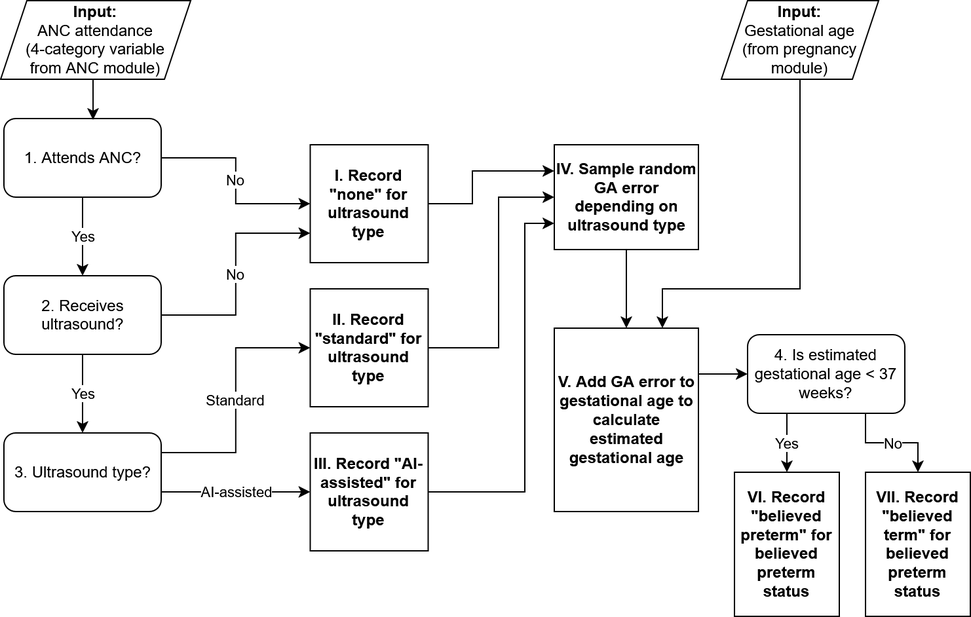
Earlier version of the draw.io export docs/source/models/concept_models/vivarium_mncnh_portfolio/ai_ultrasound_module/ai_ultrasound_module_diagram.drawio.png (ihmeuw/vivarium_research). Source tidied: cells renumbered, new cells last; positions are measured from the earlier drawing's top-left corner, leaving out a move shared by most shapes.
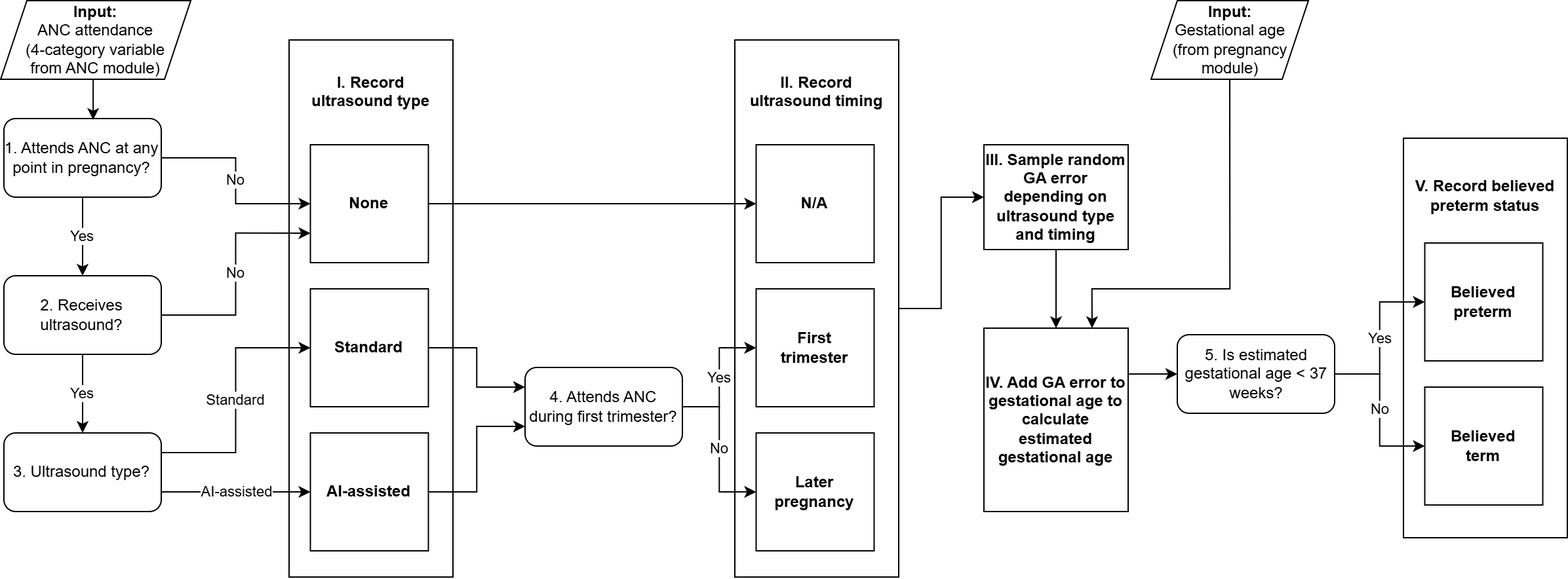
After the commit.

Commit message:
Prep docs for differential GA dating error by timing of US

Diff of the diagram source:
```diff
@@ -2,13 +2,25 @@
   <root>
     <mxCell id="0" />
     <mxCell id="1" parent="0" />
+    <mxCell id="30" value="&lt;b&gt;V. Record believed preterm status&lt;/b&gt;&lt;div&gt;&lt;div&gt;&lt;b&gt;&lt;br&gt;&lt;/b&gt;&lt;/div&gt;&lt;div&gt;&lt;b&gt;&lt;br&gt;&lt;/b&gt;&lt;/div&gt;&lt;div&gt;&lt;b&gt;&lt;br&gt;&lt;/b&gt;&lt;/div&gt;&lt;div&gt;&lt;b&gt;&lt;br&gt;&lt;/b&gt;&lt;/div&gt;&lt;div&gt;&lt;b&gt;&lt;br&gt;&lt;/b&gt;&lt;/div&gt;&lt;div&gt;&lt;b&gt;&lt;br&gt;&lt;/b&gt;&lt;/div&gt;&lt;div&gt;&lt;b&gt;&lt;br&gt;&lt;/b&gt;&lt;/div&gt;&lt;div&gt;&lt;b&gt;&lt;br&gt;&lt;/b&gt;&lt;/div&gt;&lt;div&gt;&lt;b&gt;&lt;br&gt;&lt;/b&gt;&lt;/div&gt;&lt;div&gt;&lt;b&gt;&lt;br&gt;&lt;/b&gt;&lt;/div&gt;&lt;div&gt;&lt;b&gt;&lt;br&gt;&lt;/b&gt;&lt;/div&gt;&lt;div&gt;&lt;b&gt;&lt;br&gt;&lt;/b&gt;&lt;/div&gt;&lt;div&gt;&lt;b&gt;&lt;br&gt;&lt;/b&gt;&lt;/div&gt;&lt;div&gt;&lt;b&gt;&lt;br&gt;&lt;/b&gt;&lt;/div&gt;&lt;div&gt;&lt;br&gt;&lt;/div&gt;&lt;/div&gt;" style="rounded=0;whiteSpace=wrap;html=1;" parent="1" vertex="1">
+      <mxGeometry x="1070" y="105" width="125" height="305" as="geometry" />
+    </mxCell>
+    <mxCell id="31" style="edgeStyle=orthogonalEdgeStyle;rounded=0;jettySize=auto;html=1;exitX=1;exitY=0.5;exitDx=0;exitDy=0;entryX=0;entryY=0.5;entryDx=0;entryDy=0;" parent="1" edge="1" source="32" target="18">
+      <mxGeometry relative="1" as="geometry" />
+    </mxCell>
+    <mxCell id="32" value="&lt;b&gt;II. Record&lt;/b&gt;&lt;div&gt;&lt;b&gt;ultrasound timing&lt;/b&gt;&lt;div&gt;&lt;b&gt;&lt;br&gt;&lt;/b&gt;&lt;/div&gt;&lt;div&gt;&lt;b&gt;&lt;br&gt;&lt;/b&gt;&lt;/div&gt;&lt;div&gt;&lt;b&gt;&lt;br&gt;&lt;/b&gt;&lt;/div&gt;&lt;div&gt;&lt;b&gt;&lt;br&gt;&lt;/b&gt;&lt;/div&gt;&lt;div&gt;&lt;b&gt;&lt;br&gt;&lt;/b&gt;&lt;/div&gt;&lt;div&gt;&lt;b&gt;&lt;br&gt;&lt;/b&gt;&lt;/div&gt;&lt;div&gt;&lt;b&gt;&lt;br&gt;&lt;/b&gt;&lt;/div&gt;&lt;div&gt;&lt;b&gt;&lt;br&gt;&lt;/b&gt;&lt;/div&gt;&lt;div&gt;&lt;b&gt;&lt;br&gt;&lt;/b&gt;&lt;/div&gt;&lt;div&gt;&lt;b&gt;&lt;br&gt;&lt;/b&gt;&lt;/div&gt;&lt;div&gt;&lt;b&gt;&lt;br&gt;&lt;/b&gt;&lt;/div&gt;&lt;div&gt;&lt;b&gt;&lt;br&gt;&lt;/b&gt;&lt;/div&gt;&lt;div&gt;&lt;b&gt;&lt;br&gt;&lt;/b&gt;&lt;/div&gt;&lt;div&gt;&lt;b&gt;&lt;br&gt;&lt;/b&gt;&lt;/div&gt;&lt;div&gt;&lt;b&gt;&lt;br&gt;&lt;/b&gt;&lt;/div&gt;&lt;div&gt;&lt;b&gt;&lt;br&gt;&lt;/b&gt;&lt;/div&gt;&lt;div&gt;&lt;b&gt;&lt;br&gt;&lt;/b&gt;&lt;/div&gt;&lt;div&gt;&lt;b&gt;&lt;br&gt;&lt;/b&gt;&lt;/div&gt;&lt;div&gt;&lt;b&gt;&lt;br&gt;&lt;/b&gt;&lt;/div&gt;&lt;div&gt;&lt;b&gt;&lt;br&gt;&lt;/b&gt;&lt;/div&gt;&lt;div&gt;&lt;b&gt;&lt;br&gt;&lt;/b&gt;&lt;/div&gt;&lt;div&gt;&lt;b&gt;&lt;br&gt;&lt;/b&gt;&lt;/div&gt;&lt;div&gt;&lt;b&gt;&lt;br&gt;&lt;/b&gt;&lt;/div&gt;&lt;/div&gt;" style="rounded=0;whiteSpace=wrap;html=1;" parent="1" vertex="1">
+      <mxGeometry x="560" y="30" width="125" height="410" as="geometry" />
+    </mxCell>
+    <mxCell id="33" value="&lt;b&gt;I. Record&lt;/b&gt;&lt;div&gt;&lt;b&gt;ultrasound type&lt;/b&gt;&lt;div&gt;&lt;b&gt;&lt;br&gt;&lt;/b&gt;&lt;/div&gt;&lt;div&gt;&lt;b&gt;&lt;br&gt;&lt;/b&gt;&lt;/div&gt;&lt;div&gt;&lt;b&gt;&lt;br&gt;&lt;/b&gt;&lt;/div&gt;&lt;div&gt;&lt;b&gt;&lt;br&gt;&lt;/b&gt;&lt;/div&gt;&lt;div&gt;&lt;b&gt;&lt;br&gt;&lt;/b&gt;&lt;/div&gt;&lt;div&gt;&lt;b&gt;&lt;br&gt;&lt;/b&gt;&lt;/div&gt;&lt;div&gt;&lt;b&gt;&lt;br&gt;&lt;/b&gt;&lt;/div&gt;&lt;div&gt;&lt;b&gt;&lt;br&gt;&lt;/b&gt;&lt;/div&gt;&lt;div&gt;&lt;b&gt;&lt;br&gt;&lt;/b&gt;&lt;/div&gt;&lt;div&gt;&lt;b&gt;&lt;br&gt;&lt;/b&gt;&lt;/div&gt;&lt;div&gt;&lt;b&gt;&lt;br&gt;&lt;/b&gt;&lt;/div&gt;&lt;div&gt;&lt;b&gt;&lt;br&gt;&lt;/b&gt;&lt;/div&gt;&lt;div&gt;&lt;b&gt;&lt;br&gt;&lt;/b&gt;&lt;/div&gt;&lt;div&gt;&lt;b&gt;&lt;br&gt;&lt;/b&gt;&lt;/div&gt;&lt;div&gt;&lt;b&gt;&lt;br&gt;&lt;/b&gt;&lt;/div&gt;&lt;div&gt;&lt;b&gt;&lt;br&gt;&lt;/b&gt;&lt;/div&gt;&lt;div&gt;&lt;b&gt;&lt;br&gt;&lt;/b&gt;&lt;/div&gt;&lt;div&gt;&lt;b&gt;&lt;br&gt;&lt;/b&gt;&lt;/div&gt;&lt;div&gt;&lt;b&gt;&lt;br&gt;&lt;/b&gt;&lt;/div&gt;&lt;div&gt;&lt;b&gt;&lt;br&gt;&lt;/b&gt;&lt;/div&gt;&lt;div&gt;&lt;b&gt;&lt;br&gt;&lt;/b&gt;&lt;/div&gt;&lt;div&gt;&lt;b&gt;&lt;br&gt;&lt;/b&gt;&lt;/div&gt;&lt;div&gt;&lt;b&gt;&lt;br&gt;&lt;/b&gt;&lt;/div&gt;&lt;/div&gt;" style="rounded=0;whiteSpace=wrap;html=1;" parent="1" vertex="1">
+      <mxGeometry x="220" y="30" width="125" height="410" as="geometry" />
+    </mxCell>
     <mxCell id="2" value="No" style="edgeStyle=orthogonalEdgeStyle;rounded=0;jettySize=auto;html=1;entryX=0;entryY=0.5;entryDx=0;entryDy=0;" parent="1" edge="1" source="4" target="12">
       <mxGeometry relative="1" as="geometry" />
     </mxCell>
     <mxCell id="3" value="Yes" style="edgeStyle=orthogonalEdgeStyle;rounded=0;jettySize=auto;html=1;entryX=0.5;entryY=0;entryDx=0;entryDy=0;" parent="1" edge="1" source="4" target="7">
       <mxGeometry relative="1" as="geometry" />
     </mxCell>
-    <mxCell id="4" value="1. Attends ANC?" style="rounded=1;whiteSpace=wrap;html=1;" parent="1" vertex="1">
+    <mxCell id="4" value="1. Attends ANC at any point in pregnancy?" style="rounded=1;whiteSpace=wrap;html=1;" parent="1" vertex="1">
       <mxGeometry x="2.5" y="90" width="120" height="60" as="geometry" />
     </mxCell>
     <mxCell id="5" value="Yes" style="edgeStyle=orthogonalEdgeStyle;rounded=0;jettySize=auto;html=1;entryX=0.5;entryY=0;entryDx=0;entryDy=0;" parent="1" edge="1" source="7" target="10">
@@ -29,82 +41,85 @@
     <mxCell id="10" value="3. Ultrasound type?" style="rounded=1;whiteSpace=wrap;html=1;" parent="1" vertex="1">
       <mxGeometry x="2.5" y="330" width="120" height="60" as="geometry" />
     </mxCell>
-    <mxCell id="11" style="edgeStyle=orthogonalEdgeStyle;rounded=0;jettySize=auto;html=1;exitX=1;exitY=0.5;exitDx=0;exitDy=0;entryX=0;entryY=0.25;entryDx=0;entryDy=0;" parent="1" edge="1" source="12" target="18">
-      <mxGeometry relative="1" as="geometry">
-        <Array as="points">
-          <mxPoint x="360" y="155" />
-          <mxPoint x="360" y="130" />
-        </Array>
-      </mxGeometry>
-    </mxCell>
+    <mxCell id="34" style="edgeStyle=orthogonalEdgeStyle;rounded=0;jettySize=auto;html=1;entryX=0;entryY=0.5;entryDx=0;entryDy=0;" parent="1" edge="1" source="12" target="42">
+      <mxGeometry relative="1" as="geometry" />
+    </mxCell>
-    <mxCell id="12" value="I. Record &quot;none&quot; for ultrasound type" style="whiteSpace=wrap;html=1;fontStyle=1;" parent="1" vertex="1">
+    <mxCell id="12" value="None" style="whiteSpace=wrap;html=1;fontStyle=1;" parent="1" vertex="1">
       <mxGeometry x="236.2" y="110" width="90" height="90" as="geometry" />
     </mxCell>
-    <mxCell id="13" style="edgeStyle=orthogonalEdgeStyle;rounded=0;jettySize=auto;html=1;entryX=0;entryY=0.5;entryDx=0;entryDy=0;" parent="1" edge="1" source="14" target="18">
-      <mxGeometry relative="1" as="geometry">
-        <Array as="points">
-          <mxPoint x="380" y="265" />
-          <mxPoint x="380" y="150" />
-        </Array>
-      </mxGeometry>
-    </mxCell>
+    <mxCell id="35" style="edgeStyle=orthogonalEdgeStyle;rounded=0;jettySize=auto;html=1;entryX=0;entryY=0.25;entryDx=0;entryDy=0;" parent="1" edge="1" source="14" target="41">
+      <mxGeometry relative="1" as="geometry" />
+    </mxCell>
-    <mxCell id="14" value="II. Record &quot;standard&quot; for ultrasound type" style="whiteSpace=wrap;html=1;fontStyle=1;" parent="1" vertex="1">
+    <mxCell id="14" value="Standard" style="whiteSpace=wrap;html=1;fontStyle=1;" parent="1" vertex="1">
       <mxGeometry x="236.2" y="220" width="90" height="90" as="geometry" />
     </mxCell>
-    <mxCell id="15" style="edgeStyle=orthogonalEdgeStyle;rounded=0;jettySize=auto;html=1;exitX=1;exitY=0.5;exitDx=0;exitDy=0;entryX=0;entryY=0.75;entryDx=0;entryDy=0;" parent="1" edge="1" source="16" target="18">
-      <mxGeometry relative="1" as="geometry">
-        <Array as="points">
-          <mxPoint x="400" y="375" />
-          <mxPoint x="400" y="170" />
-        </Array>
-      </mxGeometry>
-    </mxCell>
+    <mxCell id="36" style="edgeStyle=orthogonalEdgeStyle;rounded=0;jettySize=auto;html=1;entryX=0;entryY=0.75;entryDx=0;entryDy=0;" parent="1" edge="1" source="16" target="41">
+      <mxGeometry relative="1" as="geometry" />
+    </mxCell>
-    <mxCell id="16" value="III. Record &quot;AI-assisted&quot; for ultrasound type" style="whiteSpace=wrap;html=1;fontStyle=1;" parent="1" vertex="1">
+    <mxCell id="16" value="AI-assisted" style="whiteSpace=wrap;html=1;fontStyle=1;" parent="1" vertex="1">
       <mxGeometry x="236.2" y="330" width="90" height="90" as="geometry" />
     </mxCell>
     <mxCell id="17" style="edgeStyle=orthogonalEdgeStyle;rounded=0;jettySize=auto;html=1;" parent="1" edge="1" source="18" target="25">
       <mxGeometry relative="1" as="geometry" />
     </mxCell>
-    <mxCell id="18" value="&lt;b&gt;IV. Sample random GA error depending on ultrasound type&lt;/b&gt;" style="rounded=0;whiteSpace=wrap;html=1;" parent="1" vertex="1">
-      <mxGeometry x="422.5" y="110" width="110" height="80" as="geometry" />
+    <mxCell id="18" value="&lt;b&gt;III. Sample random GA error depending on ultrasound type and timing&lt;/b&gt;" style="rounded=0;whiteSpace=wrap;html=1;" parent="1" vertex="1">
+      <mxGeometry x="750" y="110" width="110" height="80" as="geometry" />
     </mxCell>
     <mxCell id="19" value="&lt;b&gt;Input:&lt;/b&gt;&lt;div&gt;ANC attendance&lt;div&gt;(4-category variable&lt;/div&gt;&lt;div&gt;from&amp;nbsp;&lt;span style=&quot;background-color: transparent; color: light-dark(rgb(0, 0, 0), rgb(255, 255, 255));&quot;&gt;ANC module)&lt;/span&gt;&lt;/div&gt;&lt;/div&gt;" style="rounded=0;whiteSpace=wrap;html=1;shape=parallelogram;fixedSize=1;perimeter=parallelogramPerimeter;" parent="1" vertex="1">
       <mxGeometry width="145" height="60" as="geometry" />
     </mxCell>
-    <mxCell id="20" value="VI. Record &quot;believed preterm&quot; for believed preterm status" style="rounded=0;whiteSpace=wrap;html=1;fontStyle=1;" parent="1" vertex="1">
-      <mxGeometry x="560" y="360" width="80" height="110" as="geometry" />
-    </mxCell>
-    <mxCell id="21" value="Yes" style="edgeStyle=orthogonalEdgeStyle;rounded=0;jettySize=auto;html=1;exitX=0.25;exitY=1;exitDx=0;exitDy=0;entryX=0.5;entryY=0;entryDx=0;entryDy=0;" parent="1" edge="1" source="23" target="20">
-      <mxGeometry relative="1" as="geometry" />
-    </mxCell>
-    <mxCell id="22" value="No" style="edgeStyle=orthogonalEdgeStyle;rounded=0;jettySize=auto;html=1;exitX=0.75;exitY=1;exitDx=0;exitDy=0;entryX=0.5;entryY=0;entryDx=0;entryDy=0;" parent="1" edge="1" source="23" target="28">
-      <mxGeometry relative="1" as="geometry" />
-    </mxCell>
+    <mxCell id="37" value="Yes" style="edgeStyle=orthogonalEdgeStyle;rounded=0;jettySize=auto;html=1;" parent="1" edge="1" source="23" target="45">
+      <mxGeometry relative="1" as="geometry" />
+    </mxCell>
+    <mxCell id="38" value="No" style="edgeStyle=orthogonalEdgeStyle;rounded=0;jettySize=auto;html=1;" parent="1" edge="1" source="23" target="46">
+      <mxGeometry relative="1" as="geometry" />
+    </mxCell>
-    <mxCell id="23" value="4. Is estimated gestational age &amp;lt; 37 weeks?" style="rounded=1;whiteSpace=wrap;html=1;" parent="1" vertex="1">
-      <mxGeometry x="570" y="255" width="120" height="60" as="geometry" />
+    <mxCell id="23" value="5. Is estimated gestational age &amp;lt; 37 weeks?" style="rounded=1;whiteSpace=wrap;html=1;" parent="1" vertex="1">
+      <mxGeometry x="897.5" y="255" width="120" height="60" as="geometry" />
     </mxCell>
     <mxCell id="24" style="edgeStyle=orthogonalEdgeStyle;rounded=0;jettySize=auto;html=1;exitX=1;exitY=0.25;exitDx=0;exitDy=0;" parent="1" edge="1" source="25" target="23">
       <mxGeometry relative="1" as="geometry" />
     </mxCell>
-    <mxCell id="25" value="&lt;b&gt;V. Add GA error to gestational age to calculate estimated gestational age&lt;/b&gt;" style="rounded=0;whiteSpace=wrap;html=1;" parent="1" vertex="1">
-      <mxGeometry x="422.5" y="250" width="110" height="140" as="geometry" />
+    <mxCell id="25" value="&lt;b&gt;IV. Add GA error to gestational age to calculate estimated gestational age&lt;/b&gt;" style="rounded=0;whiteSpace=wrap;html=1;" parent="1" vertex="1">
+      <mxGeometry x="750" y="250" width="110" height="140" as="geometry" />
     </mxCell>
     <mxCell id="26" style="edgeStyle=orthogonalEdgeStyle;rounded=0;jettySize=auto;html=1;exitX=0.5;exitY=1;exitDx=0;exitDy=0;entryX=0.75;entryY=0;entryDx=0;entryDy=0;" parent="1" edge="1" source="27" target="25">
       <mxGeometry relative="1" as="geometry">
         <Array as="points">
-          <mxPoint x="610" y="220" />
-          <mxPoint x="505" y="220" />
+          <mxPoint x="937.5" y="220" />
+          <mxPoint x="832.5" y="220" />
         </Array>
       </mxGeometry>
     </mxCell>
     <mxCell id="27" value="&lt;b&gt;Input:&lt;/b&gt;&lt;div&gt;Gestational age&lt;/div&gt;&lt;div&gt;(from pregnancy module)&lt;/div&gt;" style="shape=parallelogram;perimeter=parallelogramPerimeter;whiteSpace=wrap;html=1;fixedSize=1;" parent="1" vertex="1">
-      <mxGeometry x="550" width="120" height="60" as="geometry" />
+      <mxGeometry x="877.5" width="120" height="60" as="geometry" />
     </mxCell>
-    <mxCell id="28" value="VII. Record &quot;believed term&quot; for believed preterm status" style="rounded=0;whiteSpace=wrap;html=1;fontStyle=1;" parent="1" vertex="1">
-      <mxGeometry x="660" y="360" width="80" height="110" as="geometry" />
-    </mxCell>
     <mxCell id="29" style="edgeStyle=orthogonalEdgeStyle;rounded=0;jettySize=auto;html=1;exitX=0.5;exitY=1;exitDx=0;exitDy=0;entryX=0.567;entryY=0.017;entryDx=0;entryDy=0;entryPerimeter=0;" parent="1" edge="1" source="19" target="4">
       <mxGeometry relative="1" as="geometry" />
     </mxCell>
+    <mxCell id="39" value="Yes" style="edgeStyle=orthogonalEdgeStyle;rounded=0;jettySize=auto;html=1;entryX=0;entryY=0.5;entryDx=0;entryDy=0;" parent="1" edge="1" source="41" target="43">
+      <mxGeometry relative="1" as="geometry" />
+    </mxCell>
+    <mxCell id="40" value="No" style="edgeStyle=orthogonalEdgeStyle;rounded=0;jettySize=auto;html=1;" parent="1" edge="1" source="41" target="44">
+      <mxGeometry relative="1" as="geometry" />
+    </mxCell>
+    <mxCell id="41" value="4. Attends ANC during first trimester?" style="rounded=1;whiteSpace=wrap;html=1;" parent="1" vertex="1">
+      <mxGeometry x="400" y="280" width="120" height="60" as="geometry" />
+    </mxCell>
+    <mxCell id="42" value="N/A" style="whiteSpace=wrap;html=1;fontStyle=1;" parent="1" vertex="1">
+      <mxGeometry x="576.2" y="110" width="90" height="90" as="geometry" />
+    </mxCell>
+    <mxCell id="43" value="First&lt;div&gt;trimester&lt;/div&gt;" style="whiteSpace=wrap;html=1;fontStyle=1;" parent="1" vertex="1">
+      <mxGeometry x="576.2" y="220" width="90" height="90" as="geometry" />
+    </mxCell>
+    <mxCell id="44" value="Later pregnancy" style="whiteSpace=wrap;html=1;fontStyle=1;" parent="1" vertex="1">
+      <mxGeometry x="576.2" y="330" width="90" height="90" as="geometry" />
+    </mxCell>
+    <mxCell id="45" value="Believed preterm" style="whiteSpace=wrap;html=1;fontStyle=1;" parent="1" vertex="1">
+      <mxGeometry x="1086.2" y="185" width="90" height="90" as="geometry" />
+    </mxCell>
+    <mxCell id="46" value="Believed&lt;div&gt;term&lt;/div&gt;" style="whiteSpace=wrap;html=1;fontStyle=1;" parent="1" vertex="1">
+      <mxGeometry x="1086.2" y="295" width="90" height="90" as="geometry" />
+    </mxCell>
   </root>
 </mxGraphModel>
```
